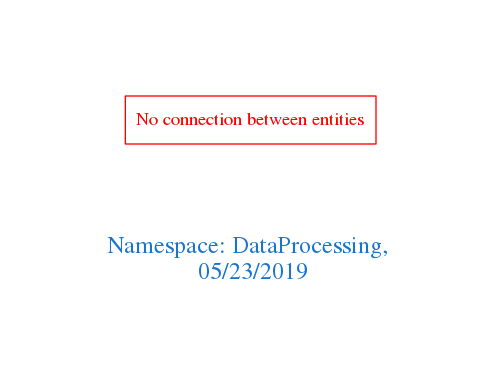
arago/OGIT keeps this Graphviz diagram as downloads/DataProcessing.png. Above is the earlier version. Its source is kept beside it as downloads/DataProcessing.dot.
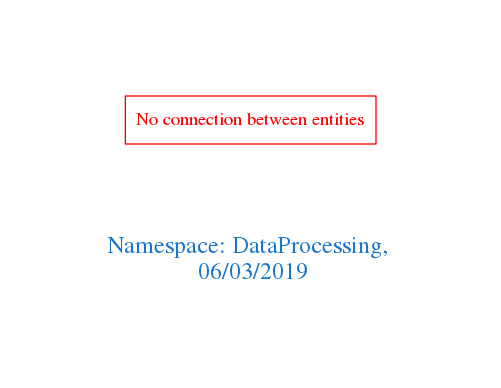
After the change.

Diff of the diagram source:
```diff
@@ -1,7 +1,7 @@
 digraph OGIT_ontology {
  graph [ rankdir= LR,pad=1
 fontsize = 18,
-fontcolor= dodgerblue3,label = "\n\n\nNamespace: DataProcessing, \n 05/23/2019"];
+fontcolor= dodgerblue3,label = "\n\n\nNamespace: DataProcessing, \n 06/03/2019"];
 node[shape=polygon];
 edge [  color="gray81"];
 
```
